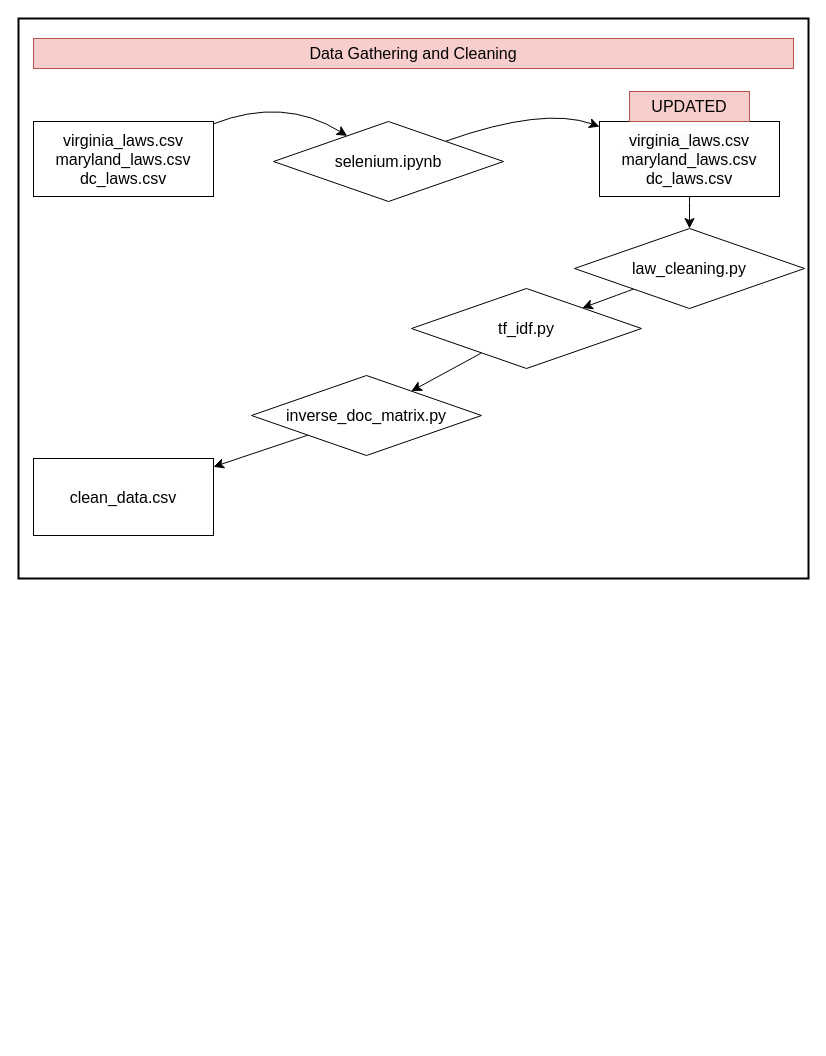
Earlier version of the draw.io diagram Untitled Diagram.drawio (smithnatalie/smithnatalie.github.io). Source tidied: cells renumbered, new cells numbered last; positions are measured from the earlier drawing's top-left corner, leaving out a move shared by most shapes. Both pictures are drawn from the tidied source at 100%, with x=0, y=0 at pixel (18, 18).
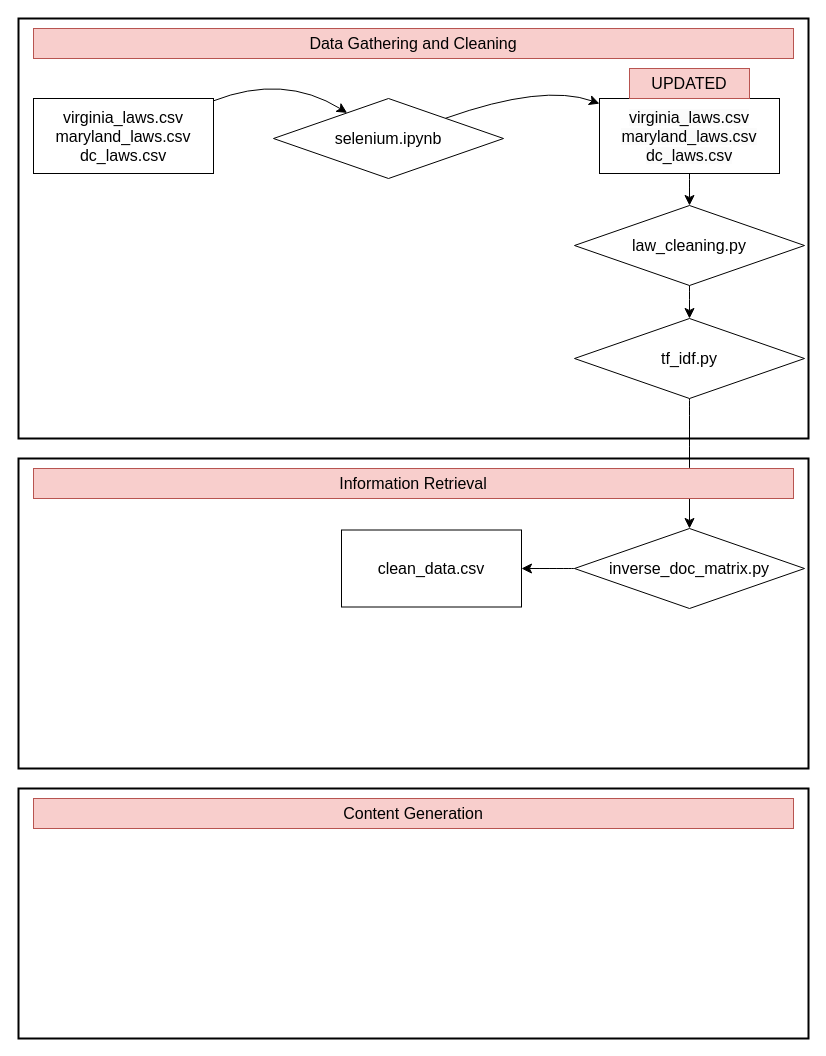
Above is the later version.

Diff of the diagram source:
```diff
@@
+    <mxCell id="18" style="text;strokeColor=#000000;fillColor=none;html=1;align=center;verticalAlign=middle;whiteSpace=wrap;rounded=0;fontSize=16;strokeWidth=2;" parent="1" vertex="1">
+      <mxGeometry y="440" width="790" height="310" as="geometry" />
+    </mxCell>
     <mxCell id="2" style="text;strokeColor=#000000;fillColor=none;html=1;align=center;verticalAlign=middle;whiteSpace=wrap;rounded=0;fontSize=16;strokeWidth=2;" parent="1" vertex="1">
-      <mxGeometry width="790" height="560" as="geometry" />
+      <mxGeometry width="790" height="420" as="geometry" />
     </mxCell>
     <mxCell id="3" style="edgeStyle=none;curved=1;rounded=0;jettySize=auto;html=1;fontSize=12;startSize=8;endSize=8;" parent="1" edge="1" source="4" target="6">
       <mxGeometry relative="1" as="geometry">
         <Array as="points">
-          <mxPoint x="265" y="78" />
+          <mxPoint x="265" y="55" />
         </Array>
       </mxGeometry>
     </mxCell>
     <mxCell id="4" value="virginia_laws.csv&lt;br&gt;maryland_laws.csv&lt;br&gt;dc_laws.csv" style="whiteSpace=wrap;html=1;fontSize=16;" parent="1" vertex="1">
-      <mxGeometry x="15" y="103" width="180" height="75" as="geometry" />
+      <mxGeometry x="15" y="80" width="180" height="75" as="geometry" />
     </mxCell>
     <mxCell id="5" style="edgeStyle=none;curved=1;rounded=0;jettySize=auto;html=1;fontSize=12;startSize=8;endSize=8;" parent="1" edge="1" source="6" target="8">
       <mxGeometry relative="1" as="geometry">
         <Array as="points">
-          <mxPoint x="525" y="88" />
+          <mxPoint x="525" y="65" />
         </Array>
       </mxGeometry>
     </mxCell>
     <mxCell id="6" value="selenium.ipynb" style="rhombus;whiteSpace=wrap;html=1;fontSize=16;" parent="1" vertex="1">
-      <mxGeometry x="255" y="103" width="230" height="80" as="geometry" />
+      <mxGeometry x="255" y="80" width="230" height="80" as="geometry" />
     </mxCell>
@@
     <mxCell id="8" value="&lt;span style=&quot;color: rgb(0, 0, 0); font-family: Helvetica; font-size: 16px; font-style: normal; font-variant-ligatures: normal; font-variant-caps: normal; font-weight: 400; letter-spacing: normal; orphans: 2; text-align: center; text-indent: 0px; text-transform: none; widows: 2; word-spacing: 0px; -webkit-text-stroke-width: 0px; background-color: rgb(251, 251, 251); text-decoration-thickness: initial; text-decoration-style: initial; text-decoration-color: initial; float: none; display: inline !important;&quot;&gt;virginia_laws.csv&lt;/span&gt;&lt;br style=&quot;border-color: var(--border-color); color: rgb(0, 0, 0); font-family: Helvetica; font-size: 16px; font-style: normal; font-variant-ligatures: normal; font-variant-caps: normal; font-weight: 400; letter-spacing: normal; orphans: 2; text-align: center; text-indent: 0px; text-transform: none; widows: 2; word-spacing: 0px; -webkit-text-stroke-width: 0px; background-color: rgb(251, 251, 251); text-decoration-thickness: initial; text-decoration-style: initial; text-decoration-color: initial;&quot;&gt;&lt;span style=&quot;color: rgb(0, 0, 0); font-family: Helvetica; font-size: 16px; font-style: normal; font-variant-ligatures: normal; font-variant-caps: normal; font-weight: 400; letter-spacing: normal; orphans: 2; text-align: center; text-indent: 0px; text-transform: none; widows: 2; word-spacing: 0px; -webkit-text-stroke-width: 0px; background-color: rgb(251, 251, 251); text-decoration-thickness: initial; text-decoration-style: initial; text-decoration-color: initial; float: none; display: inline !important;&quot;&gt;maryland_laws.csv&lt;/span&gt;&lt;br style=&quot;border-color: var(--border-color); color: rgb(0, 0, 0); font-family: Helvetica; font-size: 16px; font-style: normal; font-variant-ligatures: normal; font-variant-caps: normal; font-weight: 400; letter-spacing: normal; orphans: 2; text-align: center; text-indent: 0px; text-transform: none; widows: 2; word-spacing: 0px; -webkit-text-stroke-width: 0px; background-color: rgb(251, 251, 251); text-decoration-thickness: initial; text-decoration-style: initial; text-decoration-color: initial;&quot;&gt;&lt;span style=&quot;color: rgb(0, 0, 0); font-family: Helvetica; font-size: 16px; font-style: normal; font-variant-ligatures: normal; font-variant-caps: normal; font-weight: 400; letter-spacing: normal; orphans: 2; text-align: center; text-indent: 0px; text-transform: none; widows: 2; word-spacing: 0px; -webkit-text-stroke-width: 0px; background-color: rgb(251, 251, 251); text-decoration-thickness: initial; text-decoration-style: initial; text-decoration-color: initial; float: none; display: inline !important;&quot;&gt;dc_laws.csv&lt;/span&gt;" style="whiteSpace=wrap;html=1;fontSize=16;" parent="1" vertex="1">
-      <mxGeometry x="581" y="103" width="180" height="75" as="geometry" />
+      <mxGeometry x="581" y="80" width="180" height="75" as="geometry" />
     </mxCell>
     <mxCell id="9" value="UPDATED" style="text;html=1;align=center;verticalAlign=middle;whiteSpace=wrap;rounded=0;fontSize=16;fillColor=#f8cecc;strokeColor=#b85450;" parent="1" vertex="1">
-      <mxGeometry x="611" y="73" width="120" height="30" as="geometry" />
+      <mxGeometry x="611" y="50" width="120" height="30" as="geometry" />
     </mxCell>
@@
     <mxCell id="11" value="law_cleaning.py" style="rhombus;whiteSpace=wrap;html=1;fontSize=16;" parent="1" vertex="1">
-      <mxGeometry x="556" y="210" width="230" height="80" as="geometry" />
+      <mxGeometry x="556" y="187" width="230" height="80" as="geometry" />
     </mxCell>
@@
     <mxCell id="13" value="tf_idf.py" style="rhombus;whiteSpace=wrap;html=1;fontSize=16;" parent="1" vertex="1">
-      <mxGeometry x="393" y="270" width="230" height="80" as="geometry" />
+      <mxGeometry x="556" y="300" width="230" height="80" as="geometry" />
     </mxCell>
@@
     <mxCell id="15" value="inverse_doc_matrix.py" style="rhombus;whiteSpace=wrap;html=1;fontSize=16;" parent="1" vertex="1">
-      <mxGeometry x="233" y="357" width="230" height="80" as="geometry" />
+      <mxGeometry x="556" y="510" width="230" height="80" as="geometry" />
     </mxCell>
     <mxCell id="16" value="clean_data.csv" style="whiteSpace=wrap;html=1;fontSize=16;" parent="1" vertex="1">
-      <mxGeometry x="15" y="440" width="180" height="77" as="geometry" />
+      <mxGeometry x="323" y="511.5" width="180" height="77" as="geometry" />
     </mxCell>
     <mxCell id="17" value="Data Gathering and Cleaning" style="text;html=1;align=center;verticalAlign=middle;whiteSpace=wrap;rounded=0;fontSize=16;fillColor=#f8cecc;strokeColor=#b85450;" parent="1" vertex="1">
-      <mxGeometry x="15" y="20" width="760" height="30" as="geometry" />
+      <mxGeometry x="15" y="10" width="760" height="30" as="geometry" />
     </mxCell>
+    <mxCell id="19" value="Information Retrieval" style="text;html=1;align=center;verticalAlign=middle;whiteSpace=wrap;rounded=0;fontSize=16;fillColor=#f8cecc;strokeColor=#b85450;" parent="1" vertex="1">
+      <mxGeometry x="15" y="450" width="760" height="30" as="geometry" />
+    </mxCell>
+    <mxCell id="20" style="text;strokeColor=#000000;fillColor=none;html=1;align=center;verticalAlign=middle;whiteSpace=wrap;rounded=0;fontSize=16;strokeWidth=2;" parent="1" vertex="1">
+      <mxGeometry y="770" width="790" height="250" as="geometry" />
+    </mxCell>
+    <mxCell id="21" value="Content Generation" style="text;html=1;align=center;verticalAlign=middle;whiteSpace=wrap;rounded=0;fontSize=16;fillColor=#f8cecc;strokeColor=#b85450;" parent="1" vertex="1">
+      <mxGeometry x="15" y="780" width="760" height="30" as="geometry" />
+    </mxCell>
```
